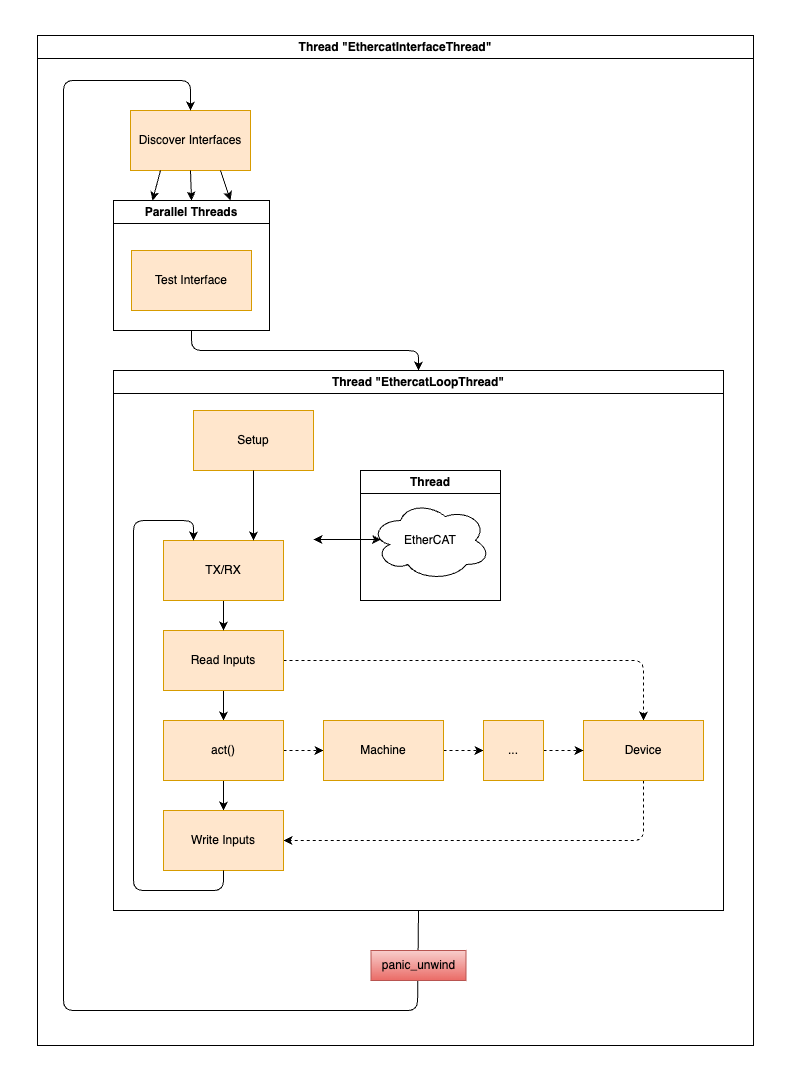
This is docs/assets/control-loop.png from qitechgmbh/control, a draw.io export, as it was before one commit. Source tidied: cells renumbered, new cells last; positions are measured from the earlier drawing's top-left corner, leaving out a move shared by most shapes.
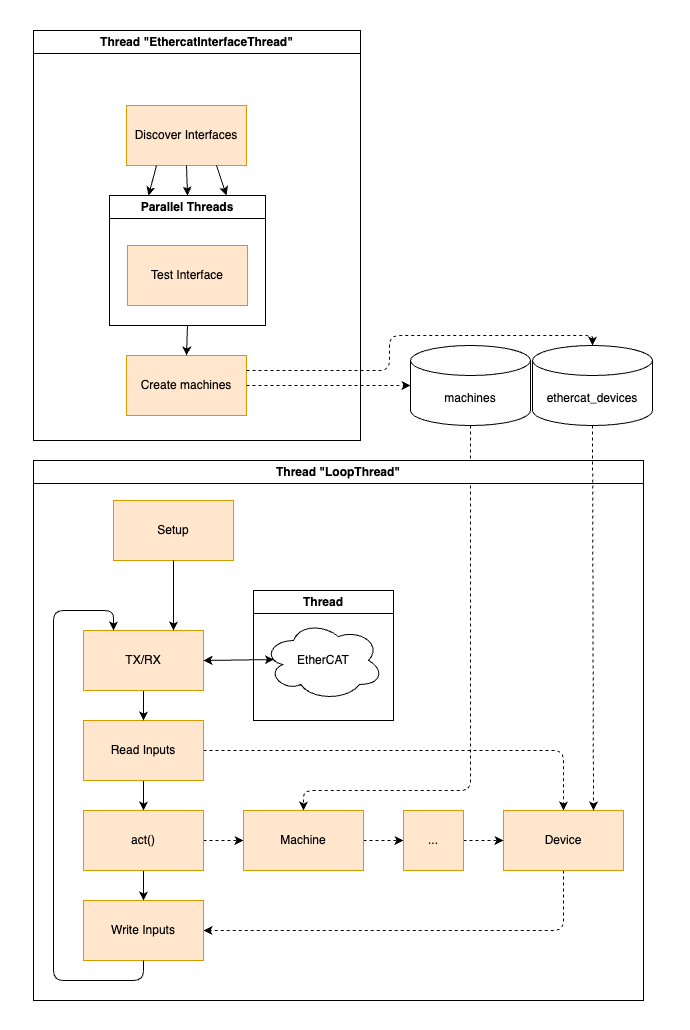
Later version of the same file.

Change to the diagram source:
```diff
@@ -3,10 +3,10 @@
     <mxCell id="0" />
     <mxCell id="1" parent="0" />
     <mxCell id="2" style="swimlane;startSize=0;swimlaneFillColor=default;strokeColor=none;" parent="1" vertex="1">
-      <mxGeometry width="777" height="1065" as="geometry" />
+      <mxGeometry width="670" height="1010" as="geometry" />
     </mxCell>
     <mxCell id="3" value="Thread &quot;EthercatInterfaceThread&quot;" style="swimlane;whiteSpace=wrap;html=1;" parent="2" vertex="1">
-      <mxGeometry x="27" y="25" width="716" height="1010" as="geometry" />
+      <mxGeometry x="23" y="20" width="327" height="410" as="geometry" />
     </mxCell>
     <mxCell id="4" value="Discover Interfaces" style="rounded=0;whiteSpace=wrap;html=1;fillColor=#ffe6cc;strokeColor=#d79b00;" parent="3" vertex="1">
       <mxGeometry x="93" y="75" width="120" height="60" as="geometry" />
@@ -17,64 +17,90 @@
     <mxCell id="6" value="Test Interface" style="rounded=0;whiteSpace=wrap;html=1;fillColor=#ffe6cc;strokeColor=#d79b00;" parent="5" vertex="1">
       <mxGeometry x="18" y="50" width="120" height="60" as="geometry" />
     </mxCell>
-    <mxCell id="7" value="Thread &quot;EthercatLoopThread&quot;" style="swimlane;whiteSpace=wrap;html=1;" parent="3" vertex="1">
-      <mxGeometry x="76" y="335" width="610" height="540" as="geometry" />
-    </mxCell>
+    <mxCell id="29" style="edgeStyle=none;html=1;exitX=0.25;exitY=1;exitDx=0;exitDy=0;entryX=0.25;entryY=0;entryDx=0;entryDy=0;" parent="3" edge="1" source="4" target="5">
+      <mxGeometry relative="1" as="geometry" />
+    </mxCell>
+    <mxCell id="30" style="edgeStyle=none;html=1;exitX=0.5;exitY=1;exitDx=0;exitDy=0;entryX=0.5;entryY=0;entryDx=0;entryDy=0;" parent="3" edge="1" source="4" target="5">
+      <mxGeometry relative="1" as="geometry" />
+    </mxCell>
+    <mxCell id="31" style="edgeStyle=none;html=1;exitX=0.75;exitY=1;exitDx=0;exitDy=0;entryX=0.75;entryY=0;entryDx=0;entryDy=0;" parent="3" edge="1" source="4" target="5">
+      <mxGeometry relative="1" as="geometry" />
+    </mxCell>
+    <mxCell id="35" value="Create machines" style="rounded=0;whiteSpace=wrap;html=1;fillColor=#ffe6cc;strokeColor=#d79b00;" parent="3" vertex="1">
+      <mxGeometry x="93" y="325" width="120" height="60" as="geometry" />
+    </mxCell>
+    <mxCell id="36" style="edgeStyle=none;html=1;exitX=0.5;exitY=1;exitDx=0;exitDy=0;entryX=0.5;entryY=0;entryDx=0;entryDy=0;" parent="3" edge="1" source="5" target="35">
+      <mxGeometry relative="1" as="geometry" />
+    </mxCell>
+    <mxCell id="37" style="edgeStyle=orthogonalEdgeStyle;html=1;exitX=0.5;exitY=1;exitDx=0;exitDy=0;exitPerimeter=0;entryX=0.5;entryY=0;entryDx=0;entryDy=0;dashed=1;" parent="2" edge="1" source="38" target="21">
+      <mxGeometry relative="1" as="geometry">
+        <Array as="points">
+          <mxPoint x="460" y="780" />
+          <mxPoint x="293" y="780" />
+        </Array>
+      </mxGeometry>
+    </mxCell>
+    <mxCell id="38" value="machines" style="shape=cylinder3;whiteSpace=wrap;html=1;boundedLbl=1;backgroundOutline=1;size=15;" parent="2" vertex="1">
+      <mxGeometry x="400" y="335" width="120" height="80" as="geometry" />
+    </mxCell>
+    <mxCell id="39" value="Thread &quot;LoopThread&quot;" style="swimlane;whiteSpace=wrap;html=1;" parent="2" vertex="1">
+      <mxGeometry x="23" y="450" width="610" height="540" as="geometry" />
+    </mxCell>
-    <mxCell id="8" value="Thread" style="swimlane;whiteSpace=wrap;html=1;" parent="7" vertex="1">
-      <mxGeometry x="247" y="100" width="140" height="130" as="geometry" />
+    <mxCell id="8" value="Thread" style="swimlane;whiteSpace=wrap;html=1;" parent="39" vertex="1">
+      <mxGeometry x="220" y="130" width="140" height="130" as="geometry" />
     </mxCell>
     <mxCell id="9" value="EtherCAT" style="ellipse;shape=cloud;whiteSpace=wrap;html=1;" parent="8" vertex="1">
       <mxGeometry x="10" y="30" width="120" height="80" as="geometry" />
     </mxCell>
-    <mxCell id="10" value="Setup" style="rounded=0;whiteSpace=wrap;html=1;fillColor=#ffe6cc;strokeColor=#d79b00;" parent="7" vertex="1">
+    <mxCell id="10" value="Setup" style="rounded=0;whiteSpace=wrap;html=1;fillColor=#ffe6cc;strokeColor=#d79b00;" parent="39" vertex="1">
       <mxGeometry x="80" y="40" width="120" height="60" as="geometry" />
     </mxCell>
-    <mxCell id="11" style="edgeStyle=orthogonalEdgeStyle;html=1;exitX=1;exitY=0.5;exitDx=0;exitDy=0;entryX=0.5;entryY=0;entryDx=0;entryDy=0;dashed=1;" parent="7" edge="1" source="13" target="15">
+    <mxCell id="11" style="edgeStyle=orthogonalEdgeStyle;html=1;exitX=1;exitY=0.5;exitDx=0;exitDy=0;entryX=0.5;entryY=0;entryDx=0;entryDy=0;dashed=1;" parent="39" edge="1" source="13" target="15">
       <mxGeometry relative="1" as="geometry" />
     </mxCell>
-    <mxCell id="12" style="edgeStyle=none;html=1;exitX=0.5;exitY=1;exitDx=0;exitDy=0;entryX=0.5;entryY=0;entryDx=0;entryDy=0;" parent="7" edge="1" source="13" target="18">
+    <mxCell id="12" style="edgeStyle=none;html=1;exitX=0.5;exitY=1;exitDx=0;exitDy=0;entryX=0.5;entryY=0;entryDx=0;entryDy=0;" parent="39" edge="1" source="13" target="18">
       <mxGeometry relative="1" as="geometry" />
     </mxCell>
-    <mxCell id="13" value="Read Inputs" style="rounded=0;whiteSpace=wrap;html=1;fillColor=#ffe6cc;strokeColor=#d79b00;" parent="7" vertex="1">
+    <mxCell id="13" value="Read Inputs" style="rounded=0;whiteSpace=wrap;html=1;fillColor=#ffe6cc;strokeColor=#d79b00;" parent="39" vertex="1">
       <mxGeometry x="50" y="260" width="120" height="60" as="geometry" />
     </mxCell>
-    <mxCell id="14" style="edgeStyle=orthogonalEdgeStyle;html=1;exitX=0.5;exitY=1;exitDx=0;exitDy=0;entryX=1;entryY=0.5;entryDx=0;entryDy=0;dashed=1;" parent="7" edge="1" source="15" target="19">
+    <mxCell id="14" style="edgeStyle=orthogonalEdgeStyle;html=1;exitX=0.5;exitY=1;exitDx=0;exitDy=0;entryX=1;entryY=0.5;entryDx=0;entryDy=0;dashed=1;" parent="39" edge="1" source="15" target="19">
       <mxGeometry relative="1" as="geometry" />
     </mxCell>
-    <mxCell id="15" value="Device" style="rounded=0;whiteSpace=wrap;html=1;fillColor=#ffe6cc;strokeColor=#d79b00;" parent="7" vertex="1">
+    <mxCell id="15" value="Device" style="rounded=0;whiteSpace=wrap;html=1;fillColor=#ffe6cc;strokeColor=#d79b00;" parent="39" vertex="1">
       <mxGeometry x="470" y="350" width="120" height="60" as="geometry" />
     </mxCell>
-    <mxCell id="16" style="edgeStyle=none;html=1;exitX=1;exitY=0.5;exitDx=0;exitDy=0;entryX=0;entryY=0.5;entryDx=0;entryDy=0;dashed=1;" parent="7" edge="1" source="18" target="21">
+    <mxCell id="16" style="edgeStyle=none;html=1;exitX=1;exitY=0.5;exitDx=0;exitDy=0;entryX=0;entryY=0.5;entryDx=0;entryDy=0;dashed=1;" parent="39" edge="1" source="18" target="21">
       <mxGeometry relative="1" as="geometry" />
     </mxCell>
-    <mxCell id="17" style="edgeStyle=none;html=1;exitX=0.5;exitY=1;exitDx=0;exitDy=0;entryX=0.5;entryY=0;entryDx=0;entryDy=0;" parent="7" edge="1" source="18" target="19">
+    <mxCell id="17" style="edgeStyle=none;html=1;exitX=0.5;exitY=1;exitDx=0;exitDy=0;entryX=0.5;entryY=0;entryDx=0;entryDy=0;" parent="39" edge="1" source="18" target="19">
       <mxGeometry relative="1" as="geometry" />
     </mxCell>
-    <mxCell id="18" value="act()" style="rounded=0;whiteSpace=wrap;html=1;fillColor=#ffe6cc;strokeColor=#d79b00;" parent="7" vertex="1">
+    <mxCell id="18" value="act()" style="rounded=0;whiteSpace=wrap;html=1;fillColor=#ffe6cc;strokeColor=#d79b00;" parent="39" vertex="1">
       <mxGeometry x="50" y="350" width="120" height="60" as="geometry" />
     </mxCell>
-    <mxCell id="19" value="Write Inputs" style="rounded=0;whiteSpace=wrap;html=1;fillColor=#ffe6cc;strokeColor=#d79b00;" parent="7" vertex="1">
+    <mxCell id="19" value="Write Inputs" style="rounded=0;whiteSpace=wrap;html=1;fillColor=#ffe6cc;strokeColor=#d79b00;" parent="39" vertex="1">
       <mxGeometry x="50" y="440" width="120" height="60" as="geometry" />
     </mxCell>
-    <mxCell id="20" style="edgeStyle=none;html=1;exitX=1;exitY=0.5;exitDx=0;exitDy=0;entryX=0;entryY=0.5;entryDx=0;entryDy=0;dashed=1;" parent="7" edge="1" source="21" target="23">
+    <mxCell id="20" style="edgeStyle=none;html=1;exitX=1;exitY=0.5;exitDx=0;exitDy=0;entryX=0;entryY=0.5;entryDx=0;entryDy=0;dashed=1;" parent="39" edge="1" source="21" target="23">
       <mxGeometry relative="1" as="geometry" />
     </mxCell>
-    <mxCell id="21" value="Machine" style="rounded=0;whiteSpace=wrap;html=1;fillColor=#ffe6cc;strokeColor=#d79b00;" parent="7" vertex="1">
+    <mxCell id="21" value="Machine" style="rounded=0;whiteSpace=wrap;html=1;fillColor=#ffe6cc;strokeColor=#d79b00;" parent="39" vertex="1">
       <mxGeometry x="210" y="350" width="120" height="60" as="geometry" />
     </mxCell>
-    <mxCell id="22" style="edgeStyle=none;html=1;exitX=1;exitY=0.5;exitDx=0;exitDy=0;entryX=0;entryY=0.5;entryDx=0;entryDy=0;dashed=1;" parent="7" edge="1" source="23" target="15">
+    <mxCell id="22" style="edgeStyle=none;html=1;exitX=1;exitY=0.5;exitDx=0;exitDy=0;entryX=0;entryY=0.5;entryDx=0;entryDy=0;dashed=1;" parent="39" edge="1" source="23" target="15">
       <mxGeometry relative="1" as="geometry" />
     </mxCell>
-    <mxCell id="23" value="..." style="rounded=0;whiteSpace=wrap;html=1;fillColor=#ffe6cc;strokeColor=#d79b00;" parent="7" vertex="1">
+    <mxCell id="23" value="..." style="rounded=0;whiteSpace=wrap;html=1;fillColor=#ffe6cc;strokeColor=#d79b00;" parent="39" vertex="1">
       <mxGeometry x="370" y="350" width="60" height="60" as="geometry" />
     </mxCell>
-    <mxCell id="24" style="edgeStyle=none;html=1;exitX=0.5;exitY=1;exitDx=0;exitDy=0;entryX=0.5;entryY=0;entryDx=0;entryDy=0;" parent="7" edge="1" source="25" target="13">
+    <mxCell id="24" style="edgeStyle=none;html=1;exitX=0.5;exitY=1;exitDx=0;exitDy=0;entryX=0.5;entryY=0;entryDx=0;entryDy=0;" parent="39" edge="1" source="25" target="13">
       <mxGeometry relative="1" as="geometry" />
     </mxCell>
-    <mxCell id="25" value="TX/RX" style="rounded=0;whiteSpace=wrap;html=1;fillColor=#ffe6cc;strokeColor=#d79b00;" parent="7" vertex="1">
+    <mxCell id="25" value="TX/RX" style="rounded=0;whiteSpace=wrap;html=1;fillColor=#ffe6cc;strokeColor=#d79b00;" parent="39" vertex="1">
       <mxGeometry x="50" y="170" width="120" height="60" as="geometry" />
     </mxCell>
-    <mxCell id="26" style="edgeStyle=orthogonalEdgeStyle;html=1;exitX=0.5;exitY=1;exitDx=0;exitDy=0;entryX=0.25;entryY=0;entryDx=0;entryDy=0;" parent="7" edge="1" source="19" target="25">
+    <mxCell id="26" style="edgeStyle=orthogonalEdgeStyle;html=1;exitX=0.5;exitY=1;exitDx=0;exitDy=0;entryX=0.25;entryY=0;entryDx=0;entryDy=0;" parent="39" edge="1" source="19" target="25">
       <mxGeometry relative="1" as="geometry">
         <Array as="points">
           <mxPoint x="110" y="520" />
@@ -84,42 +110,26 @@
         </Array>
       </mxGeometry>
     </mxCell>
-    <mxCell id="27" style="endArrow=classic;html=1;" parent="7" edge="1">
-      <mxGeometry relative="1" as="geometry">
-        <mxPoint x="140" y="100" as="sourcePoint" />
-        <mxPoint x="140" y="170" as="targetPoint" />
-      </mxGeometry>
-    </mxCell>
-    <mxCell id="28" style="edgeStyle=none;html=1;exitX=1;exitY=0.5;exitDx=0;exitDy=0;entryX=0.088;entryY=0.488;entryDx=0;entryDy=0;entryPerimeter=0;startArrow=classic;startFill=1;" parent="7" edge="1" target="9">
-      <mxGeometry relative="1" as="geometry">
-        <mxPoint x="200" y="169" as="sourcePoint" />
-      </mxGeometry>
-    </mxCell>
-    <mxCell id="29" style="edgeStyle=none;html=1;exitX=0.25;exitY=1;exitDx=0;exitDy=0;entryX=0.25;entryY=0;entryDx=0;entryDy=0;" parent="3" edge="1" source="4" target="5">
-      <mxGeometry relative="1" as="geometry" />
-    </mxCell>
-    <mxCell id="30" style="edgeStyle=none;html=1;exitX=0.5;exitY=1;exitDx=0;exitDy=0;entryX=0.5;entryY=0;entryDx=0;entryDy=0;" parent="3" edge="1" source="4" target="5">
-      <mxGeometry relative="1" as="geometry" />
-    </mxCell>
-    <mxCell id="31" style="edgeStyle=none;html=1;exitX=0.75;exitY=1;exitDx=0;exitDy=0;entryX=0.75;entryY=0;entryDx=0;entryDy=0;" parent="3" edge="1" source="4" target="5">
-      <mxGeometry relative="1" as="geometry" />
-    </mxCell>
-    <mxCell id="32" style="edgeStyle=orthogonalEdgeStyle;html=1;entryX=0.5;entryY=0;entryDx=0;entryDy=0;exitX=0.5;exitY=1;exitDx=0;exitDy=0;" parent="3" edge="1" source="7" target="4">
-      <mxGeometry relative="1" as="geometry">
-        <Array as="points">
-          <mxPoint x="380" y="875" />
-          <mxPoint x="380" y="975" />
-          <mxPoint x="26" y="975" />
-          <mxPoint x="26" y="45" />
-          <mxPoint x="153" y="45" />
-        </Array>
-      </mxGeometry>
-    </mxCell>
-    <mxCell id="33" style="edgeStyle=orthogonalEdgeStyle;html=1;exitX=0.5;exitY=1;exitDx=0;exitDy=0;entryX=0.5;entryY=0;entryDx=0;entryDy=0;" parent="3" edge="1" source="5" target="7">
-      <mxGeometry relative="1" as="geometry" />
-    </mxCell>
-    <mxCell id="34" value="panic_unwind" style="text;html=1;align=center;verticalAlign=middle;whiteSpace=wrap;rounded=0;fillColor=#f8cecc;gradientColor=#ea6b66;strokeColor=#b85450;" parent="3" vertex="1">
-      <mxGeometry x="333.5" y="915" width="95" height="30" as="geometry" />
-    </mxCell>
+    <mxCell id="40" style="endArrow=classic;html=1;" parent="39" edge="1">
+      <mxGeometry relative="1" as="geometry">
+        <mxPoint x="140" y="100" as="sourcePoint" />
+        <mxPoint x="140" y="170" as="targetPoint" />
+      </mxGeometry>
+    </mxCell>
+    <mxCell id="41" style="edgeStyle=none;html=1;exitX=1;exitY=0.5;exitDx=0;exitDy=0;entryX=0.088;entryY=0.488;entryDx=0;entryDy=0;entryPerimeter=0;startArrow=classic;startFill=1;" parent="39" edge="1" source="25" target="9">
+      <mxGeometry relative="1" as="geometry" />
+    </mxCell>
+    <mxCell id="42" style="edgeStyle=none;html=1;exitX=1;exitY=0.5;exitDx=0;exitDy=0;entryX=0;entryY=0.5;entryDx=0;entryDy=0;entryPerimeter=0;dashed=1;" parent="2" edge="1" source="35" target="38">
+      <mxGeometry relative="1" as="geometry" />
+    </mxCell>
+    <mxCell id="43" style="edgeStyle=none;html=1;exitX=0.5;exitY=1;exitDx=0;exitDy=0;exitPerimeter=0;entryX=0.75;entryY=0;entryDx=0;entryDy=0;dashed=1;" parent="2" edge="1" source="44" target="15">
+      <mxGeometry relative="1" as="geometry" />
+    </mxCell>
+    <mxCell id="44" value="ethercat_devices" style="shape=cylinder3;whiteSpace=wrap;html=1;boundedLbl=1;backgroundOutline=1;size=15;" parent="2" vertex="1">
+      <mxGeometry x="522" y="335" width="120" height="80" as="geometry" />
+    </mxCell>
+    <mxCell id="45" style="edgeStyle=orthogonalEdgeStyle;html=1;exitX=1;exitY=0.25;exitDx=0;exitDy=0;entryX=0.5;entryY=0;entryDx=0;entryDy=0;entryPerimeter=0;dashed=1;" parent="2" edge="1" source="35" target="44">
+      <mxGeometry relative="1" as="geometry" />
+    </mxCell>
   </root>
 </mxGraphModel>
```
